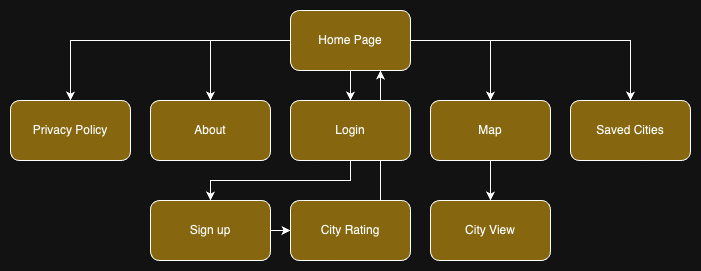
The draw.io diagram assets/CitySurf SiteMap.drawio.png in citysurf/docs, before a commit. Source tidied: cells renumbered, new cells last; positions are measured from the earlier drawing's top-left corner, leaving out a move shared by most shapes.
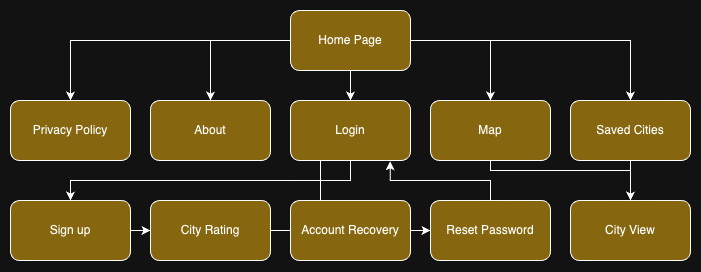
After the commit.

Change to the diagram source:
```diff
@@ -3,18 +3,25 @@
     <mxCell id="0" />
     <mxCell id="1" parent="0" />
     <mxCell id="2" value="City View" style="rounded=1;whiteSpace=wrap;html=1;fillColor=#b89840;" parent="1" vertex="1">
-      <mxGeometry x="420" y="190" width="120" height="60" as="geometry" />
+      <mxGeometry x="560" y="190" width="120" height="60" as="geometry" />
     </mxCell>
     <mxCell id="3" style="edgeStyle=orthogonalEdgeStyle;rounded=0;jettySize=auto;html=1;entryX=0.5;entryY=0;entryDx=0;entryDy=0;" parent="1" edge="1" source="5" target="14">
       <mxGeometry relative="1" as="geometry">
         <Array as="points">
           <mxPoint x="340" y="170" />
-          <mxPoint x="200" y="170" />
+          <mxPoint x="60" y="170" />
         </Array>
       </mxGeometry>
     </mxCell>
-    <mxCell id="4" style="edgeStyle=orthogonalEdgeStyle;rounded=0;jettySize=auto;html=1;exitX=0.75;exitY=0;exitDx=0;exitDy=0;entryX=0.75;entryY=1;entryDx=0;entryDy=0;" parent="1" edge="1" source="15" target="11">
-      <mxGeometry relative="1" as="geometry" />
+    <mxCell id="4" style="edgeStyle=orthogonalEdgeStyle;rounded=0;orthogonalLoop=1;jettySize=auto;html=1;exitX=0.75;exitY=0;exitDx=0;exitDy=0;entryX=0.75;entryY=1;entryDx=0;entryDy=0;endArrow=none;endFill=0;" parent="1" edge="1">
+      <mxGeometry relative="1" as="geometry">
+        <mxPoint x="250" y="220" as="sourcePoint" />
+        <mxPoint x="370" y="90" as="targetPoint" />
+        <Array as="points">
+          <mxPoint x="310" y="220" />
+          <mxPoint x="310" y="90" />
+        </Array>
+      </mxGeometry>
     </mxCell>
     <mxCell id="5" value="Login" style="rounded=1;whiteSpace=wrap;html=1;fillColor=#b89840;" parent="1" vertex="1">
       <mxGeometry x="280" y="90" width="120" height="60" as="geometry" />
@@ -52,22 +59,50 @@
       <mxGeometry relative="1" as="geometry" />
     </mxCell>
     <mxCell id="14" value="Sign up" style="rounded=1;whiteSpace=wrap;html=1;fillColor=#b89840;" parent="1" vertex="1">
-      <mxGeometry x="140" y="190" width="120" height="60" as="geometry" />
+      <mxGeometry y="190" width="120" height="60" as="geometry" />
     </mxCell>
     <mxCell id="15" value="City Rating" style="rounded=1;whiteSpace=wrap;html=1;fillColor=#b89840;" parent="1" vertex="1">
-      <mxGeometry x="280" y="190" width="120" height="60" as="geometry" />
+      <mxGeometry x="140" y="190" width="120" height="60" as="geometry" />
     </mxCell>
     <mxCell id="16" value="Privacy Policy" style="rounded=1;whiteSpace=wrap;html=1;fillColor=#b89840;" parent="1" vertex="1">
       <mxGeometry y="90" width="120" height="60" as="geometry" />
     </mxCell>
+    <mxCell id="20" style="edgeStyle=orthogonalEdgeStyle;rounded=0;jettySize=auto;html=1;" parent="1" edge="1" source="17">
+      <mxGeometry relative="1" as="geometry">
+        <mxPoint x="620" y="190" as="targetPoint" />
+      </mxGeometry>
+    </mxCell>
     <mxCell id="17" value="Saved Cities" style="rounded=1;whiteSpace=wrap;html=1;fillColor=#b89840;" parent="1" vertex="1">
       <mxGeometry x="560" y="90" width="120" height="60" as="geometry" />
     </mxCell>
-    <mxCell id="18" style="edgeStyle=orthogonalEdgeStyle;rounded=0;jettySize=auto;html=1;" parent="1" edge="1" source="19" target="2">
-      <mxGeometry relative="1" as="geometry" />
-    </mxCell>
+    <mxCell id="21" style="edgeStyle=orthogonalEdgeStyle;rounded=0;jettySize=auto;html=1;" parent="1" edge="1" source="19">
+      <mxGeometry relative="1" as="geometry">
+        <mxPoint x="620" y="190" as="targetPoint" />
+        <Array as="points">
+          <mxPoint x="480" y="160" />
+          <mxPoint x="620" y="160" />
+        </Array>
+      </mxGeometry>
+    </mxCell>
     <mxCell id="19" value="Map" style="rounded=1;whiteSpace=wrap;html=1;fillColor=#b89840;" parent="1" vertex="1">
       <mxGeometry x="420" y="90" width="120" height="60" as="geometry" />
     </mxCell>
+    <mxCell id="22" style="edgeStyle=orthogonalEdgeStyle;rounded=0;jettySize=auto;html=1;exitX=1;exitY=0.5;exitDx=0;exitDy=0;entryX=0;entryY=0.5;entryDx=0;entryDy=0;" parent="1" edge="1" source="23" target="24">
+      <mxGeometry relative="1" as="geometry" />
+    </mxCell>
+    <mxCell id="23" value="Account Recovery" style="rounded=1;whiteSpace=wrap;html=1;fillColor=#b89840;" parent="1" vertex="1">
+      <mxGeometry x="280" y="190" width="120" height="60" as="geometry" />
+    </mxCell>
+    <mxCell id="24" value="Reset Password" style="rounded=1;whiteSpace=wrap;html=1;fillColor=#b89840;" parent="1" vertex="1">
+      <mxGeometry x="420" y="190" width="120" height="60" as="geometry" />
+    </mxCell>
+    <mxCell id="25" style="edgeStyle=orthogonalEdgeStyle;rounded=0;jettySize=auto;html=1;entryX=0.831;entryY=1.012;entryDx=0;entryDy=0;entryPerimeter=0;" parent="1" edge="1" source="24" target="5">
+      <mxGeometry relative="1" as="geometry">
+        <Array as="points">
+          <mxPoint x="480" y="170" />
+          <mxPoint x="380" y="170" />
+        </Array>
+      </mxGeometry>
+    </mxCell>
   </root>
 </mxGraphModel>
```
